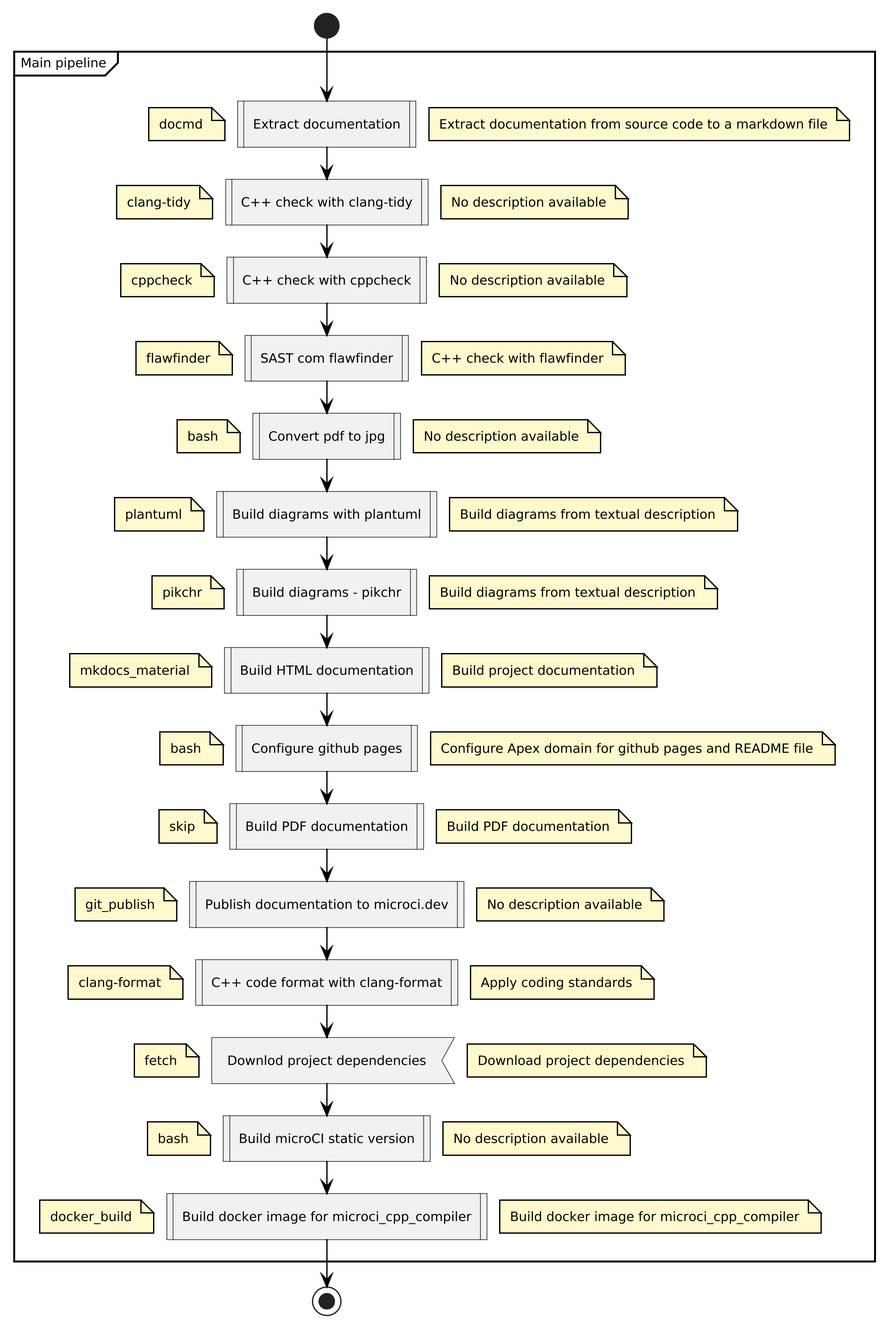
The PlantUML diagram diagrams/microCI_activity_diagram.png in geraldolsribeiro/microci.dev, before a commit. Its source is kept beside it as diagrams/microCI_activity_diagram.puml.
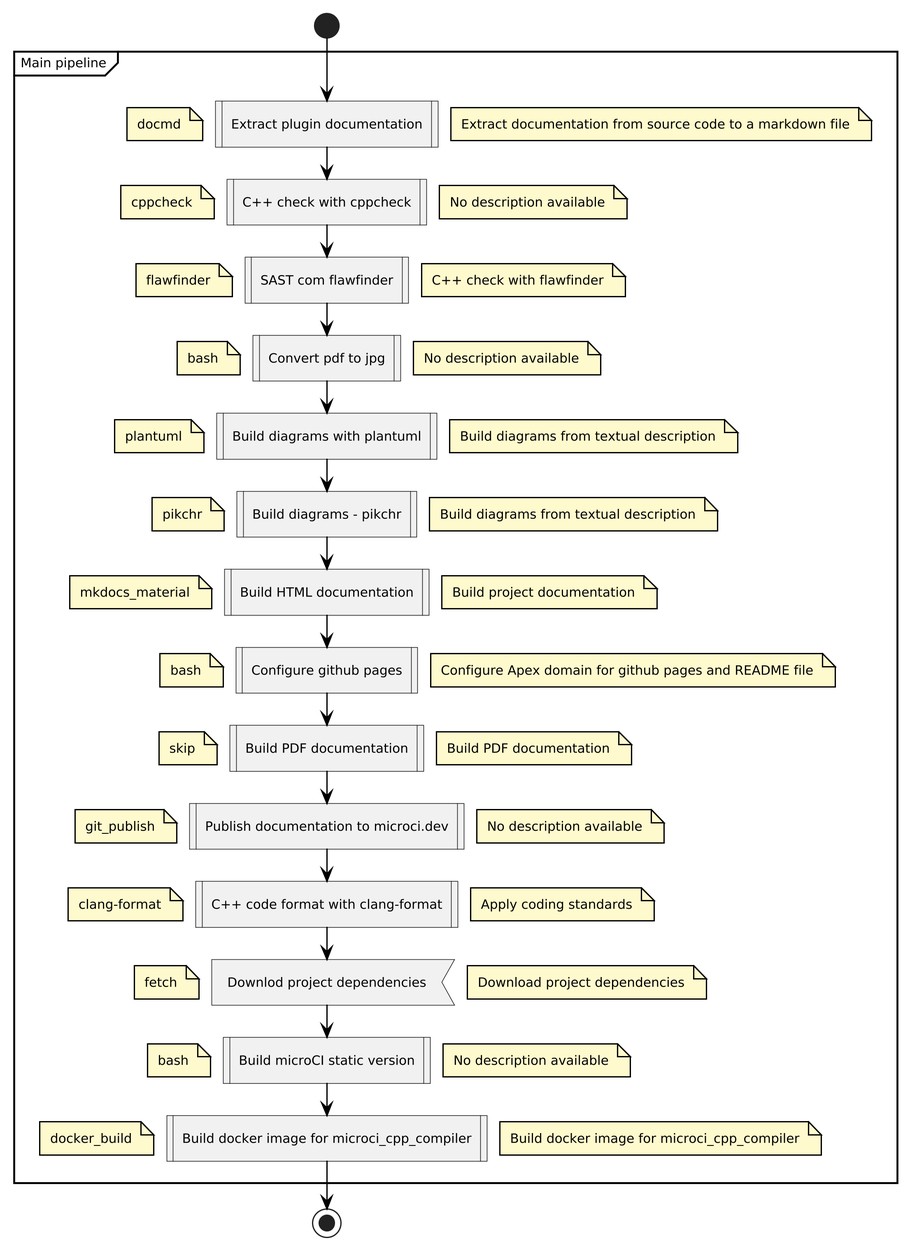
The same diagram one commit later.

Change to the diagram source:
```diff
@@ -1,13 +1,9 @@
 @startuml
 start
 partition "Main pipeline" {
-:Extract documentation; <<procedure>>
+:Extract plugin documentation; <<procedure>>
 floating note left: docmd
 floating note right: Extract documentation from source code to a markdown file
-
-:C++ check with clang-tidy; <<procedure>>
-floating note left: clang-tidy
-floating note right: No description available
 
 :C++ check with cppcheck; <<procedure>>
 floating note left: cppcheck
```
